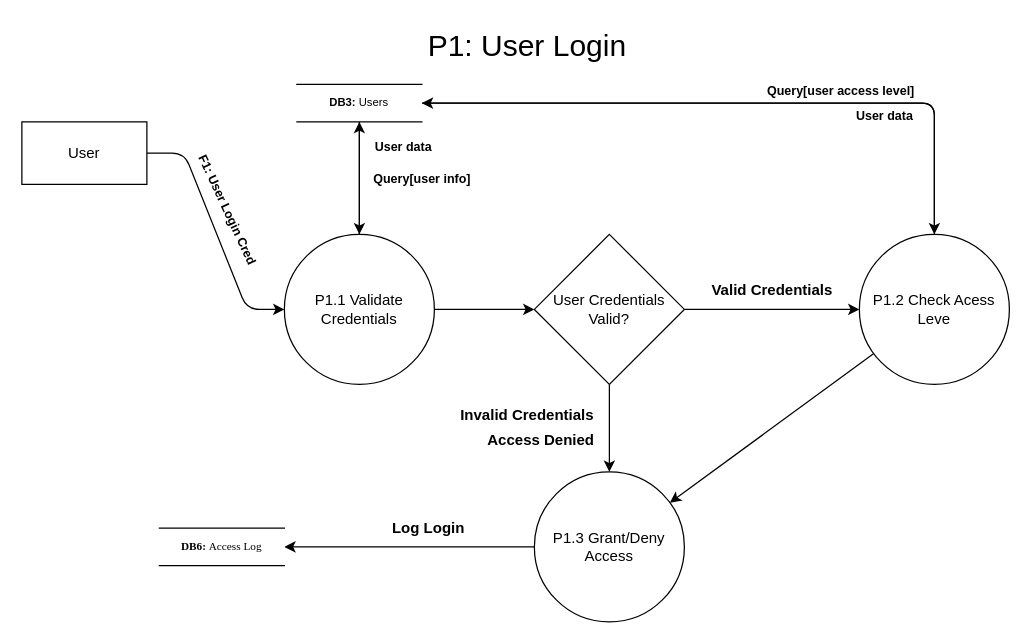
Above: docs/diagrams/IDS_DFD1/UserLoginP1.drawio in NatiG7/simple_intrusion_handling_system (draw.io), before the change. Source tidied: cells renumbered, new cells numbered last; positions are measured from the earlier drawing's top-left corner, leaving out a move shared by most shapes. Both pictures are drawn from the tidied source at 125%, with x=0, y=0 at pixel (21, 21).
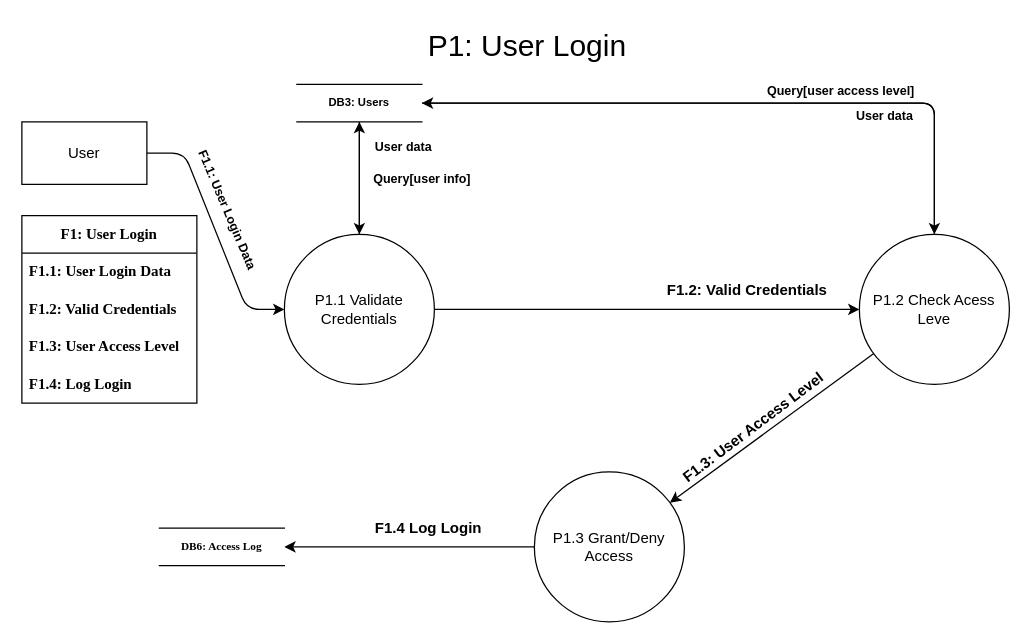
After the change.

Unchanged cells that the change refers to:
```xml
<mxCell id="6" value="P1.1 Validate Credentials" style="shape=ellipse;html=1;dashed=0;whiteSpace=wrap;perimeter=ellipsePerimeter;fontFamily=Helvetica;" parent="1" vertex="1">
  <mxGeometry x="210" y="170" width="120" height="120" as="geometry" />
</mxCell>
<mxCell id="14" value="P1.2 Check Acess Leve" style="shape=ellipse;html=1;dashed=0;whiteSpace=wrap;perimeter=ellipsePerimeter;fontFamily=Helvetica;" parent="1" vertex="1">
  <mxGeometry x="670" y="170" width="120" height="120" as="geometry" />
</mxCell>
<mxCell id="16" value="P1.3 Grant/Deny Access" style="shape=ellipse;html=1;dashed=0;whiteSpace=wrap;perimeter=ellipsePerimeter;fontFamily=Helvetica;" parent="1" vertex="1">
  <mxGeometry x="410" y="360" width="120" height="120" as="geometry" />
</mxCell>
```

Change to the diagram source:
```diff
@@
-    <mxCell id="7" value="&lt;span&gt;F1: &lt;/span&gt;User Login Cred" style="text;html=1;align=center;verticalAlign=middle;strokeColor=none;fillColor=none;fontSize=10;fontFamily=Helvetica;fontStyle=1;rotation=65;" parent="1" vertex="1">
-      <mxGeometry x="110" y="135" width="110" height="30" as="geometry" />
+    <mxCell id="7" value="&lt;span&gt;F1.1: &lt;/span&gt;User Login Data" style="text;html=1;align=center;verticalAlign=middle;strokeColor=none;fillColor=none;fontSize=10;fontFamily=Helvetica;fontStyle=1;rotation=67;" parent="1" vertex="1">
+      <mxGeometry x="105" y="135" width="120" height="30" as="geometry" />
     </mxCell>
@@
-    <mxCell id="10" value="&lt;b&gt;DB3: &lt;/b&gt;Users" style="html=1;dashed=0;whiteSpace=wrap;shape=partialRectangle;right=0;left=0;fontFamily=Helvetica;fontSize=9;" parent="1" vertex="1">
+    <mxCell id="10" value="&lt;span&gt;DB3: &lt;/span&gt;Users" style="html=1;dashed=0;whiteSpace=wrap;shape=partialRectangle;right=0;left=0;fontFamily=Helvetica;fontSize=9;fontStyle=1;" parent="1" vertex="1">
       <mxGeometry x="220" y="50" width="100" height="30" as="geometry" />
     </mxCell>
@@
-    <mxCell id="18" style="edgeStyle=none;html=1;fontFamily=Helvetica;" parent="1" edge="1" source="6" target="20">
-      <mxGeometry relative="1" as="geometry" />
-    </mxCell>
-    <mxCell id="19" style="edgeStyle=none;html=1;entryX=0.5;entryY=0;entryDx=0;entryDy=0;" parent="1" edge="1" source="20" target="16">
-      <mxGeometry relative="1" as="geometry" />
-    </mxCell>
-    <mxCell id="20" value="User Credentials Valid?" style="shape=rhombus;html=1;dashed=0;whiteSpace=wrap;perimeter=rhombusPerimeter;fontFamily=Helvetica;" parent="1" vertex="1">
-      <mxGeometry x="410" y="170" width="120" height="120" as="geometry" />
-    </mxCell>
@@
-    <mxCell id="23" style="edgeStyle=none;html=1;fontFamily=Helvetica;entryX=0;entryY=0.5;entryDx=0;entryDy=0;" parent="1" edge="1" source="20" target="14">
+    <mxCell id="23" style="edgeStyle=none;html=1;fontFamily=Helvetica;entryX=0;entryY=0.5;entryDx=0;entryDy=0;exitX=1;exitY=0.5;exitDx=0;exitDy=0;" parent="1" edge="1" source="6" target="14">
       <mxGeometry relative="1" as="geometry" />
     </mxCell>
-    <mxCell id="24" value="Valid Credentials" style="text;html=1;align=center;verticalAlign=middle;strokeColor=none;fillColor=none;rotation=0;fontStyle=1;fontFamily=Helvetica;" parent="1" vertex="1">
-      <mxGeometry x="545" y="200" width="110" height="30" as="geometry" />
+    <mxCell id="24" value="F1.2: Valid Credentials" style="text;html=1;align=center;verticalAlign=middle;strokeColor=none;fillColor=none;rotation=0;fontStyle=1;fontFamily=Helvetica;" parent="1" vertex="1">
+      <mxGeometry x="510" y="200" width="140" height="30" as="geometry" />
     </mxCell>
-    <mxCell id="25" value="&lt;b&gt;DB6: &lt;/b&gt;Access Log" style="html=1;dashed=0;whiteSpace=wrap;shape=partialRectangle;right=0;left=0;fontFamily=Times New Roman;fontSize=9;" parent="1" vertex="1">
+    <mxCell id="25" value="&lt;span&gt;DB6: &lt;/span&gt;Access Log" style="html=1;dashed=0;whiteSpace=wrap;shape=partialRectangle;right=0;left=0;fontFamily=Times New Roman;fontSize=9;fontStyle=1;" parent="1" vertex="1">
       <mxGeometry x="110" y="405" width="100" height="30" as="geometry" />
     </mxCell>
-    <mxCell id="26" value="Log Login" style="text;html=1;align=center;verticalAlign=middle;strokeColor=none;fillColor=none;rotation=0;fontStyle=1;fontFamily=Helvetica;" parent="1" vertex="1">
-      <mxGeometry x="285" y="390" width="80" height="30" as="geometry" />
+    <mxCell id="26" value="F1.4 Log Login" style="text;html=1;align=center;verticalAlign=middle;strokeColor=none;fillColor=none;rotation=0;fontStyle=1;fontFamily=Helvetica;" parent="1" vertex="1">
+      <mxGeometry x="275" y="390" width="100" height="30" as="geometry" />
     </mxCell>
-    <mxCell id="27" value="Access Denied" style="text;html=1;align=center;verticalAlign=middle;strokeColor=none;fillColor=none;fontStyle=1;" parent="1" vertex="1">
-      <mxGeometry x="365" y="320" width="100" height="30" as="geometry" />
-    </mxCell>
-    <mxCell id="28" value="Invalid Credentials" style="text;html=1;align=center;verticalAlign=middle;strokeColor=none;fillColor=none;rotation=0;fontStyle=1;fontFamily=Helvetica;" parent="1" vertex="1">
-      <mxGeometry x="344" y="300" width="120" height="30" as="geometry" />
-    </mxCell>
+    <mxCell id="29" value="F1.3: User Access Level" style="text;html=1;align=center;verticalAlign=middle;strokeColor=none;fillColor=none;rotation=-37;fontStyle=1;" parent="1" vertex="1">
+      <mxGeometry x="510" y="310" width="150" height="30" as="geometry" />
+    </mxCell>
+    <mxCell id="30" value="&lt;b&gt;F1: User Login&lt;/b&gt;" style="swimlane;fontStyle=0;horizontal=1;startSize=30;whiteSpace=wrap;html=1;fontFamily=Times New Roman;swimlaneFillColor=default;" parent="1" vertex="1">
+      <mxGeometry y="155" width="140" height="150" as="geometry" />
+    </mxCell>
+    <mxCell id="31" value="&lt;span&gt;F1.1: User Login Data&lt;/span&gt;" style="text;strokeColor=none;fillColor=none;align=left;verticalAlign=middle;spacingLeft=4;spacingRight=4;overflow=hidden;whiteSpace=wrap;html=1;fontFamily=Times New Roman;swimlaneFillColor=default;fontStyle=1;" parent="30" vertex="1">
+      <mxGeometry y="30" width="140" height="30" as="geometry" />
+    </mxCell>
+    <mxCell id="32" value="&lt;span&gt;F1.2: Valid Credentials&lt;/span&gt;" style="text;strokeColor=none;fillColor=none;align=left;verticalAlign=middle;spacingLeft=4;spacingRight=4;overflow=hidden;whiteSpace=wrap;html=1;fontFamily=Times New Roman;swimlaneFillColor=default;fontStyle=1;" parent="30" vertex="1">
+      <mxGeometry y="60" width="140" height="30" as="geometry" />
+    </mxCell>
+    <mxCell id="33" value="&lt;span&gt;F1.3: User Access Level&lt;/span&gt;" style="text;strokeColor=none;fillColor=none;align=left;verticalAlign=middle;spacingLeft=4;spacingRight=4;overflow=hidden;whiteSpace=wrap;html=1;fontFamily=Times New Roman;swimlaneFillColor=default;fontStyle=1;" parent="30" vertex="1">
+      <mxGeometry y="90" width="140" height="30" as="geometry" />
+    </mxCell>
+    <mxCell id="34" value="F1.4: Log Login" style="text;strokeColor=none;fillColor=none;align=left;verticalAlign=middle;spacingLeft=4;spacingRight=4;overflow=hidden;whiteSpace=wrap;html=1;fontFamily=Times New Roman;swimlaneFillColor=default;fontStyle=1;" parent="30" vertex="1">
+      <mxGeometry y="120" width="140" height="30" as="geometry" />
+    </mxCell>
```
